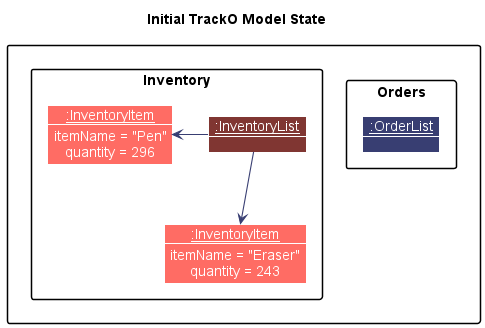
nus-cs2103-AY2223S1/tp keeps this PlantUML diagram as docs/images/developer-guide/AddOrderState0.png. Above is the earlier version.
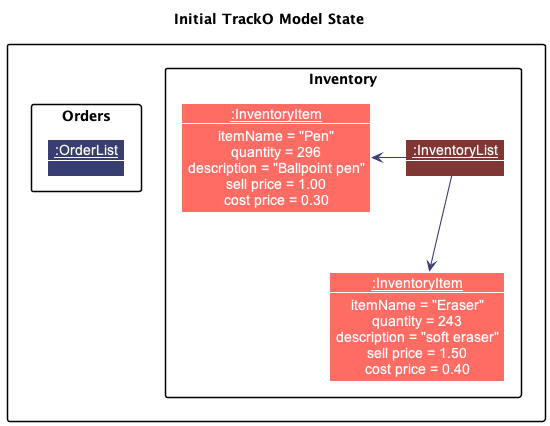
After the commit.

What changed in the source:
```diff
@@ -15,14 +15,20 @@
 
         skinparam objectBackgroundColor ITEM_MODEL_COLOR
         Object "__:InventoryItem__" as Item1 {
-            itemName = "Pen"
-            quantity = 296
-        }
+                    itemName = "Pen"
+                    quantity = 296
+                    description = "Ballpoint pen"
+                    sell price = 1.00
+                    cost price = 0.30
+                }
 
-        Object "__:InventoryItem__" as Item2 {
-            itemName = "Eraser"
-            quantity = 243
-        }
+                Object "__:InventoryItem__" as Item2 {
+                    itemName = "Eraser"
+                    quantity = 243
+                    description = "soft eraser"
+                    sell price = 1.50
+                    cost price = 0.40
+                }
 
         InventoryList --left> Item1
         InventoryList --> Item2
```
